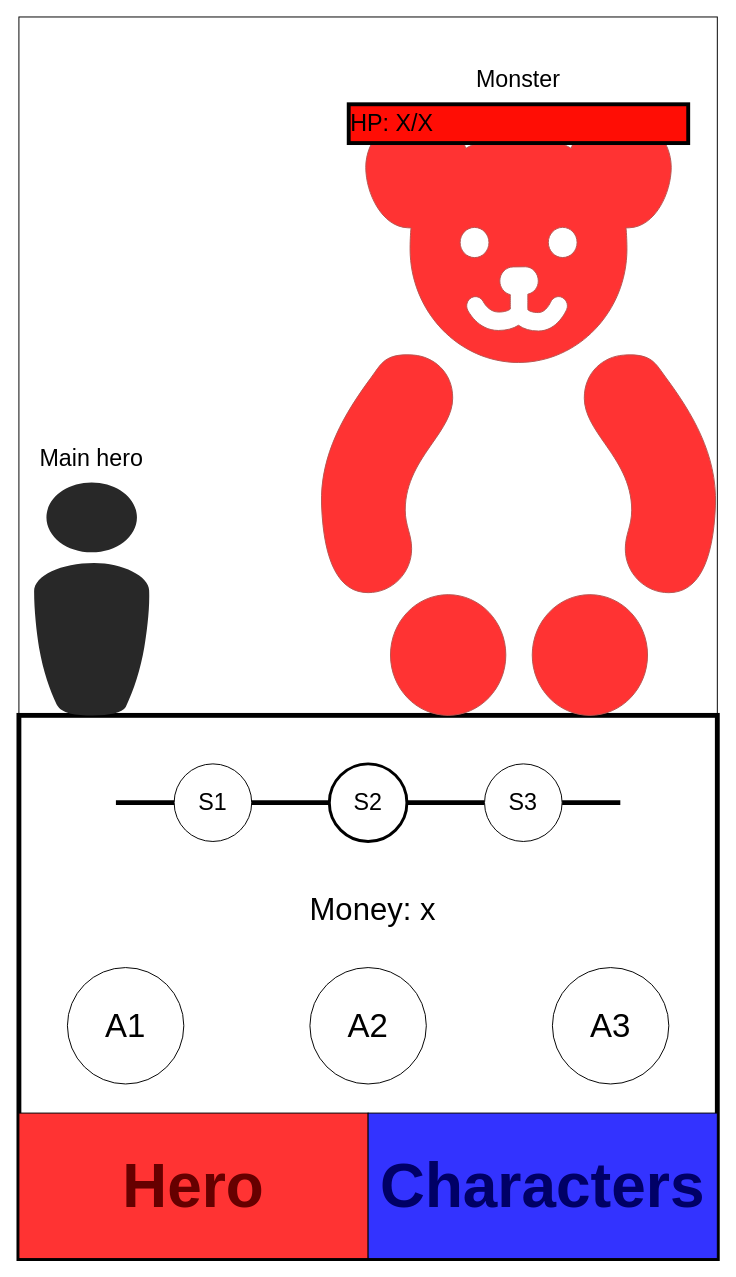
This is Documentation/MainMenu.drawio from mat414748/MobileProject, a draw.io file, before an edit. Source tidied: cells renumbered, new cells numbered last; positions are measured from the earlier drawing's top-left corner, leaving out a move shared by most shapes. Both pictures are drawn from the tidied source at 97%, with x=0, y=0 at pixel (18, 16).
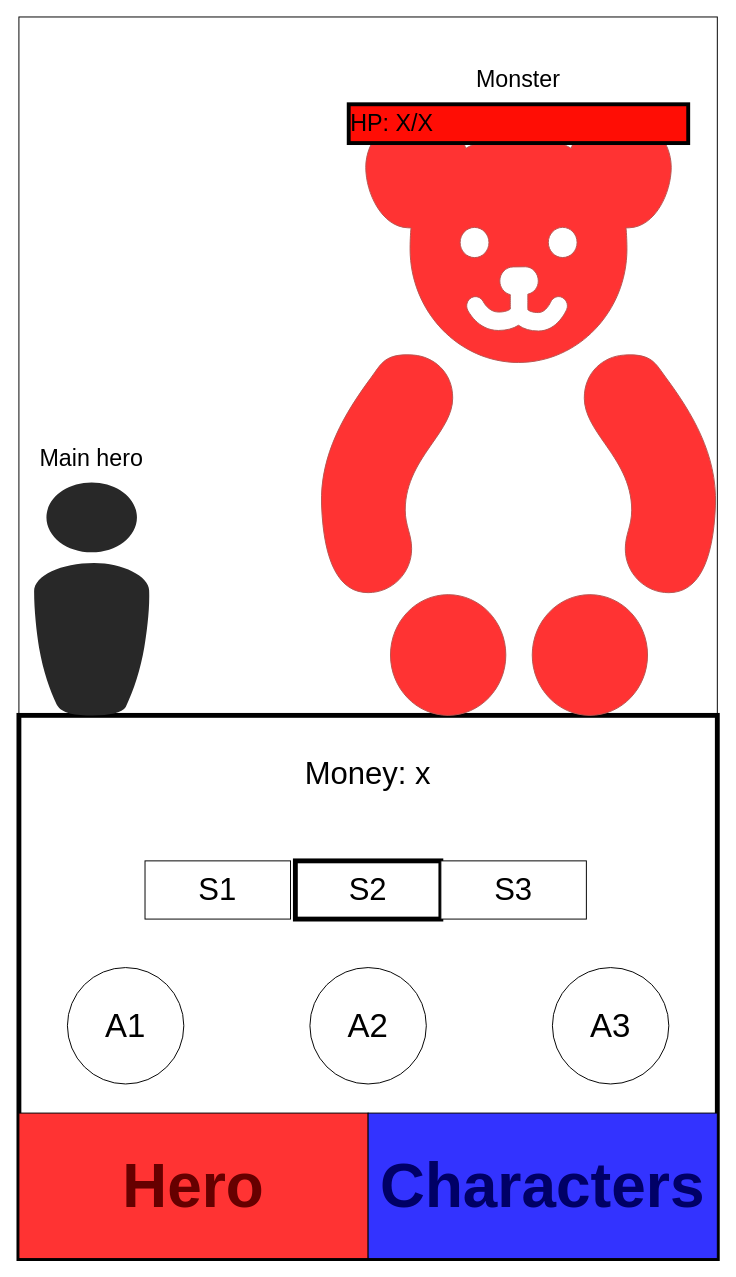
The same page after the edit.

What changed in the source:
```diff
@@
-    <mxCell id="9" style="endArrow=none;html=1;rounded=0;strokeWidth=5;" parent="1" edge="1" source="13">
-      <mxGeometry relative="1" as="geometry">
-        <mxPoint x="100" y="810" as="targetPoint" />
-      </mxGeometry>
-    </mxCell>
-    <mxCell id="10" value="S2" style="ellipse;whiteSpace=wrap;html=1;fontSize=24;strokeWidth=3;" parent="1" vertex="1">
-      <mxGeometry x="320" y="770" width="80" height="80" as="geometry" />
-    </mxCell>
-    <mxCell id="11" value="S1" style="ellipse;whiteSpace=wrap;html=1;fontSize=24;" parent="1" vertex="1">
-      <mxGeometry x="160" y="770" width="80" height="80" as="geometry" />
-    </mxCell>
-    <mxCell id="12" style="endArrow=none;html=1;rounded=0;strokeWidth=5;" parent="1" edge="1" target="13">
-      <mxGeometry relative="1" as="geometry">
-        <mxPoint x="620" y="810" as="sourcePoint" />
-      </mxGeometry>
-    </mxCell>
-    <mxCell id="13" value="S3" style="ellipse;whiteSpace=wrap;html=1;fontSize=24;" parent="1" vertex="1">
-      <mxGeometry x="480" y="770" width="80" height="80" as="geometry" />
-    </mxCell>
     <mxCell id="14" value="Money: x" style="rounded=0;whiteSpace=wrap;html=1;fontSize=32;strokeColor=none;" parent="1" vertex="1">
-      <mxGeometry x="240" y="890" width="250" height="60" as="geometry" />
+      <mxGeometry x="235" y="750" width="250" height="60" as="geometry" />
     </mxCell>
@@
+    <mxCell id="22" style="group;" parent="1" vertex="1">
+      <mxGeometry x="130" y="870" width="455" height="60" as="geometry" />
+    </mxCell>
+    <mxCell id="10" value="S2" style="rounded=0;whiteSpace=wrap;html=1;fontSize=32;strokeWidth=5;" parent="22" vertex="1">
+      <mxGeometry x="155" width="150" height="60" as="geometry" />
+    </mxCell>
+    <mxCell id="11" value="S1" style="rounded=0;whiteSpace=wrap;html=1;fontSize=32;" parent="22" vertex="1">
+      <mxGeometry width="150" height="60" as="geometry" />
+    </mxCell>
+    <mxCell id="13" value="S3" style="rounded=0;whiteSpace=wrap;html=1;fontSize=32;" parent="22" vertex="1">
+      <mxGeometry x="305" width="150" height="60" as="geometry" />
+    </mxCell>
```
